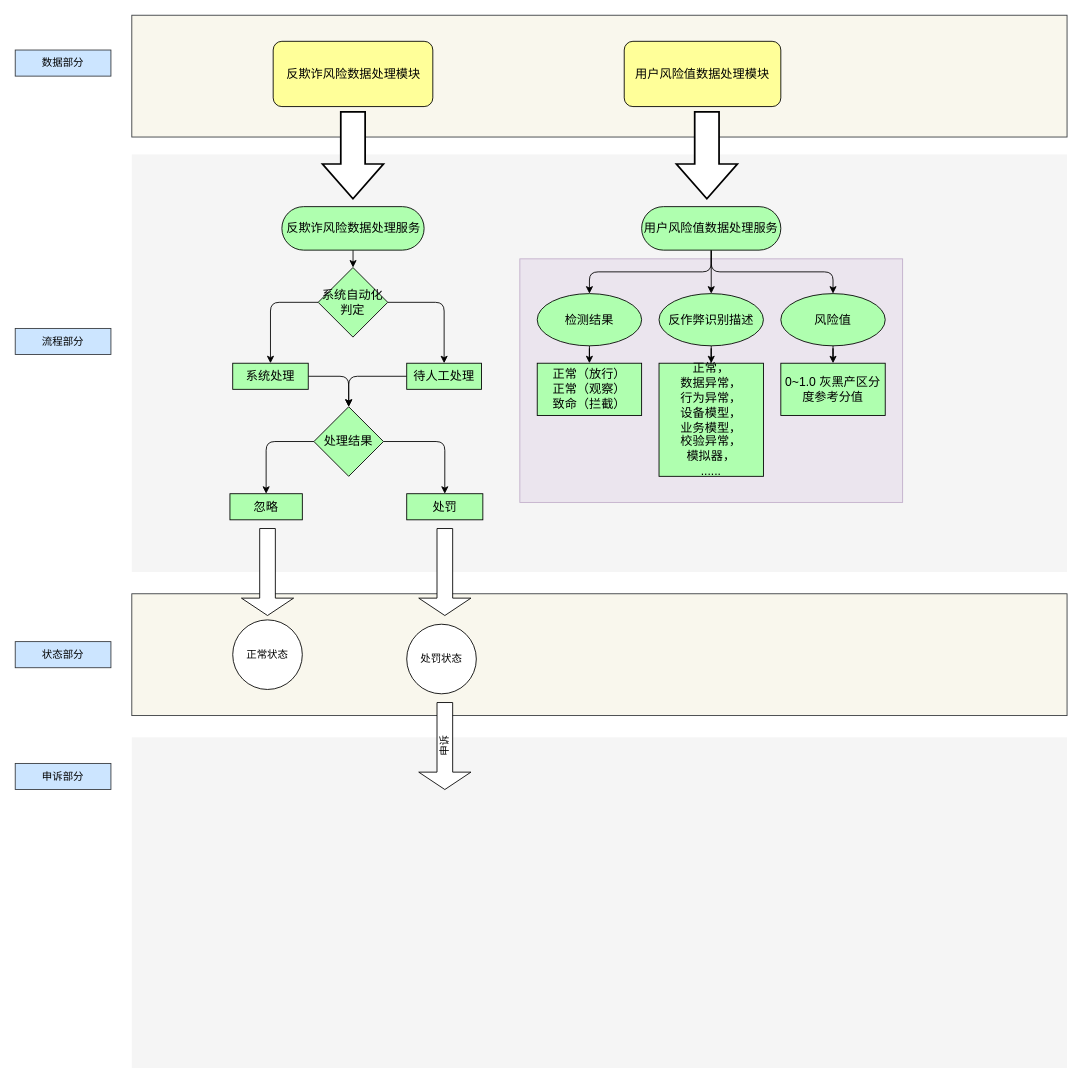
startarhwa/hello-world keeps this draw.io diagram as app.diagrams.net/Untitled Diagram.drawio. Above is the earlier version. Source tidied: cells renumbered, new cells numbered last; positions are measured from the earlier drawing's top-left corner, leaving out a move shared by most shapes. Both pictures are drawn from the tidied source at 87%, with x=0, y=0 at pixel (15, 15).
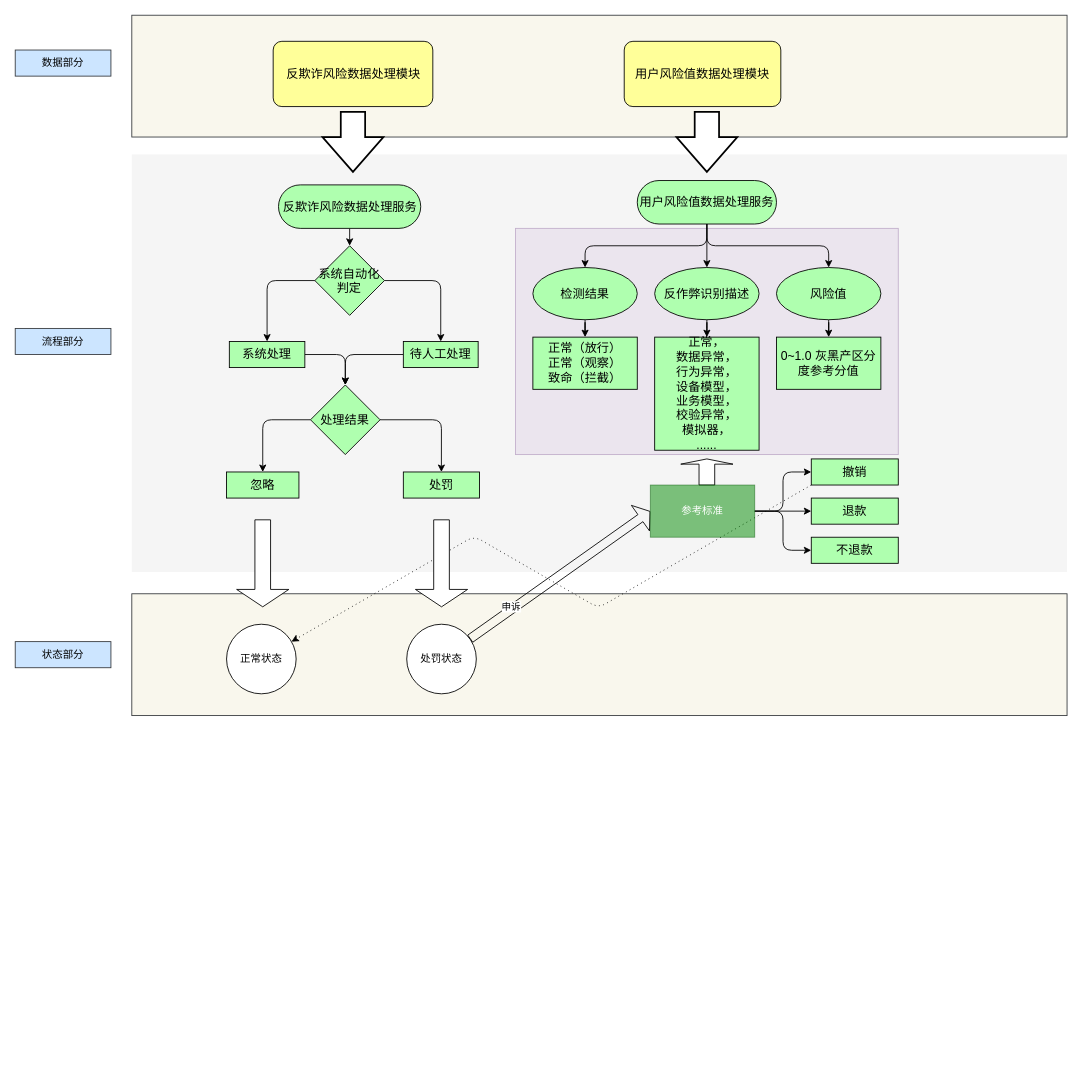
The same diagram, later.

The change refers to these unchanged cells:
```xml
<mxCell id="32" value="处罚状态" style="ellipse;whiteSpace=wrap;html=1;" parent="1" vertex="1">
  <mxGeometry x="450" y="700" width="80" height="80" as="geometry" />
</mxCell>
```

Change to the diagram source:
```diff
@@
+    <mxCell id="30" style="whiteSpace=wrap;html=1;strokeWidth=1;fontSize=14;fillColor=#f9f7ed;strokeColor=#36393d;" parent="1" vertex="1">
+      <mxGeometry x="134" y="665" width="1075" height="140" as="geometry" />
+    </mxCell>
+    <mxCell id="47" style="edgeStyle=isometricEdgeStyle;rounded=1;jettySize=auto;html=1;labelBackgroundColor=default;dashed=1;dashPattern=1 4;exitX=0;exitY=1;exitDx=0;exitDy=0;" parent="1" edge="1" source="52" target="31">
+      <mxGeometry relative="1" as="geometry" />
+    </mxCell>
     <mxCell id="3" style="rounded=0;whiteSpace=wrap;html=1;fillColor=#e1d5e7;strokeColor=#9673a6;opacity=50;" parent="1" vertex="1">
-      <mxGeometry x="580" y="280" width="440" height="280" as="geometry" />
+      <mxGeometry x="575" y="245" width="440" height="260" as="geometry" />
     </mxCell>
@@
     <mxCell id="6" value="反欺诈风险数据处理服务" style="html=1;whiteSpace=wrap;fillColor=#AFFFAF;shape=mxgraph.archimate3.service;fontSize=14;" parent="1" vertex="1">
-      <mxGeometry x="306.5" y="220" width="163.5" height="50" as="geometry" />
+      <mxGeometry x="302.6" y="195" width="163.5" height="50" as="geometry" />
     </mxCell>
@@
     <mxCell id="10" value="用户风险值数据处理服务" style="html=1;whiteSpace=wrap;fillColor=#AFFFAF;shape=mxgraph.archimate3.service;fontSize=14;" parent="1" vertex="1">
-      <mxGeometry x="720" y="220" width="160" height="50" as="geometry" />
+      <mxGeometry x="715" y="190" width="160" height="50" as="geometry" />
     </mxCell>
@@
     <mxCell id="14" style="verticalLabelPosition=bottom;verticalAlign=top;html=1;strokeWidth=2;shape=mxgraph.arrows2.arrow;dy=0.6;dx=40;notch=0;direction=south;" parent="1" vertex="1">
-      <mxGeometry x="353.2" y="111" width="70" height="100" as="geometry" />
+      <mxGeometry x="353.2" y="111" width="70" height="69" as="geometry" />
     </mxCell>
     <mxCell id="15" style="verticalLabelPosition=bottom;verticalAlign=top;html=1;strokeWidth=2;shape=mxgraph.arrows2.arrow;dy=0.6;dx=40;notch=0;direction=south;" parent="1" vertex="1">
-      <mxGeometry x="760" y="111" width="70" height="100" as="geometry" />
+      <mxGeometry x="760" y="111" width="70" height="69" as="geometry" />
     </mxCell>
@@
     <mxCell id="17" value="系统处理" style="whiteSpace=wrap;html=1;fontSize=14;fillColor=#AFFFAF;strokeColor=rgb(0, 0, 0);fontColor=rgb(0, 0, 0);" parent="1" vertex="1">
-      <mxGeometry x="250" y="400" width="86.8" height="30" as="geometry" />
+      <mxGeometry x="246.1" y="375" width="86.8" height="30" as="geometry" />
     </mxCell>
@@
     <mxCell id="19" value="待人工处理" style="whiteSpace=wrap;html=1;fontSize=14;fillColor=#AFFFAF;strokeColor=rgb(0, 0, 0);fontColor=rgb(0, 0, 0);" parent="1" vertex="1">
-      <mxGeometry x="450" y="400" width="86" height="30" as="geometry" />
+      <mxGeometry x="446.1" y="375" width="86" height="30" as="geometry" />
     </mxCell>
     <mxCell id="20" value="忽略" style="whiteSpace=wrap;html=1;fontSize=14;fillColor=#AFFFAF;strokeColor=rgb(0, 0, 0);fontColor=rgb(0, 0, 0);" parent="1" vertex="1">
-      <mxGeometry x="246.8" y="550" width="83.2" height="30" as="geometry" />
+      <mxGeometry x="242.9" y="525" width="83.2" height="30" as="geometry" />
     </mxCell>
     <mxCell id="21" value="处罚" style="whiteSpace=wrap;html=1;fontSize=14;fillColor=#AFFFAF;strokeColor=rgb(0, 0, 0);fontColor=rgb(0, 0, 0);" parent="1" vertex="1">
-      <mxGeometry x="450" y="550" width="87.5" height="30" as="geometry" />
+      <mxGeometry x="446.1" y="525" width="87.5" height="30" as="geometry" />
     </mxCell>
@@
     <mxCell id="24" value="系统自动化&lt;br&gt;判定" style="rhombus;whiteSpace=wrap;html=1;fontSize=14;fillColor=#AFFFAF;strokeColor=rgb(0, 0, 0);fontColor=rgb(0, 0, 0);" parent="1" vertex="1">
-      <mxGeometry x="348.2" y="290" width="80" height="80" as="geometry" />
+      <mxGeometry x="344.4" y="265" width="80" height="80" as="geometry" />
     </mxCell>
@@
     <mxCell id="27" value="处理结果" style="rhombus;whiteSpace=wrap;html=1;fontSize=14;fillColor=#AFFFAF;strokeColor=rgb(0, 0, 0);fontColor=rgb(0, 0, 0);" parent="1" vertex="1">
-      <mxGeometry x="343.3" y="450" width="80" height="80" as="geometry" />
+      <mxGeometry x="339.4" y="425" width="80" height="80" as="geometry" />
     </mxCell>
@@
-    <mxCell id="30" style="whiteSpace=wrap;html=1;strokeWidth=1;fontSize=14;fillColor=#f9f7ed;strokeColor=#36393d;" parent="1" vertex="1">
-      <mxGeometry x="134" y="665" width="1075" height="140" as="geometry" />
-    </mxCell>
     <mxCell id="31" value="正常状态" style="ellipse;whiteSpace=wrap;html=1;" parent="1" vertex="1">
-      <mxGeometry x="250" y="695" width="80" height="80" as="geometry" />
+      <mxGeometry x="242.9" y="700" width="80" height="80" as="geometry" />
     </mxCell>
@@
-    <mxCell id="33" value="申诉部分" style="text;html=1;strokeColor=#36393d;fillColor=#cce5ff;align=center;verticalAlign=middle;whiteSpace=wrap;rounded=0;" parent="1" vertex="1">
-      <mxGeometry y="860" width="110" height="30" as="geometry" />
-    </mxCell>
-    <mxCell id="34" style="whiteSpace=wrap;html=1;strokeColor=none;strokeWidth=1;fillColor=#f5f5f5;fontSize=14;" parent="1" vertex="1">
-      <mxGeometry x="134" y="830" width="1075" height="380" as="geometry" />
-    </mxCell>
-    <mxCell id="35" value="申诉" style="shape=singleArrow;direction=south;whiteSpace=wrap;html=1;labelPosition=center;verticalLabelPosition=middle;align=center;verticalAlign=middle;horizontal=0;" parent="1" vertex="1">
-      <mxGeometry x="463.8" y="790" width="60" height="100" as="geometry" />
-    </mxCell>
     <mxCell id="36" style="shape=singleArrow;direction=south;whiteSpace=wrap;html=1;labelPosition=center;verticalLabelPosition=middle;align=center;verticalAlign=middle;horizontal=0;" parent="1" vertex="1">
-      <mxGeometry x="463.8" y="590" width="60" height="100" as="geometry" />
+      <mxGeometry x="460" y="580" width="60" height="100" as="geometry" />
     </mxCell>
     <mxCell id="37" style="shape=singleArrow;direction=south;whiteSpace=wrap;html=1;labelPosition=center;verticalLabelPosition=middle;align=center;verticalAlign=middle;horizontal=0;" parent="1" vertex="1">
-      <mxGeometry x="260" y="590" width="60" height="100" as="geometry" />
+      <mxGeometry x="254.5" y="580" width="60" height="100" as="geometry" />
     </mxCell>
@@
     <mxCell id="39" value="检测结果" style="ellipse;whiteSpace=wrap;html=1;fontSize=14;fillColor=#AFFFAF;strokeColor=rgb(0, 0, 0);fontColor=rgb(0, 0, 0);" parent="1" vertex="1">
-      <mxGeometry x="600" y="320" width="120" height="60" as="geometry" />
+      <mxGeometry x="595" y="290" width="120" height="60" as="geometry" />
     </mxCell>
@@
     <mxCell id="41" value="风险值" style="ellipse;whiteSpace=wrap;html=1;fontSize=14;fillColor=#AFFFAF;strokeColor=rgb(0, 0, 0);fontColor=rgb(0, 0, 0);" parent="1" vertex="1">
-      <mxGeometry x="880" y="320" width="120" height="60" as="geometry" />
+      <mxGeometry x="875" y="290" width="120" height="60" as="geometry" />
     </mxCell>
@@
     <mxCell id="43" value="反作弊识别描述" style="ellipse;whiteSpace=wrap;html=1;fontSize=14;fillColor=#AFFFAF;strokeColor=rgb(0, 0, 0);fontColor=rgb(0, 0, 0);" parent="1" vertex="1">
-      <mxGeometry x="740" y="320" width="120" height="60" as="geometry" />
+      <mxGeometry x="735" y="290" width="120" height="60" as="geometry" />
     </mxCell>
     <mxCell id="44" value="&lt;div&gt;正常，&lt;/div&gt;&lt;div&gt;数据异常，&lt;/div&gt;&lt;div&gt;行为异常，&lt;/div&gt;&lt;div&gt;设备模型，&lt;/div&gt;&lt;div&gt;业务模型，&lt;/div&gt;&lt;div&gt;校验异常，&lt;/div&gt;&lt;div&gt;模拟器，&lt;/div&gt;&lt;div&gt;......&lt;/div&gt;" style="whiteSpace=wrap;html=1;fontSize=14;fillColor=#AFFFAF;strokeColor=rgb(0, 0, 0);fontColor=rgb(0, 0, 0);align=center;" parent="1" vertex="1">
-      <mxGeometry x="740" y="400" width="120" height="130" as="geometry" />
+      <mxGeometry x="735" y="370" width="120" height="130" as="geometry" />
     </mxCell>
     <mxCell id="45" value="&lt;div&gt;正常（放行）&lt;/div&gt;&lt;div&gt;正常（观察）&lt;/div&gt;&lt;div&gt;致命（拦截）&lt;/div&gt;" style="whiteSpace=wrap;html=1;fontSize=14;fillColor=#AFFFAF;strokeColor=rgb(0, 0, 0);fontColor=rgb(0, 0, 0);" parent="1" vertex="1">
-      <mxGeometry x="600" y="400" width="120" height="60" as="geometry" />
+      <mxGeometry x="595" y="370" width="120" height="60" as="geometry" />
     </mxCell>
     <mxCell id="46" value="0~1.0 灰黑产区分度参考分值" style="whiteSpace=wrap;html=1;fontSize=14;fillColor=#AFFFAF;strokeColor=rgb(0, 0, 0);fontColor=rgb(0, 0, 0);" parent="1" vertex="1">
-      <mxGeometry x="880" y="400" width="120" height="60" as="geometry" />
+      <mxGeometry x="875" y="370" width="120" height="60" as="geometry" />
     </mxCell>
+    <mxCell id="48" style="shape=flexArrow;endArrow=classic;html=1;rounded=1;labelBackgroundColor=default;endWidth=25;endSize=4.15;entryX=0;entryY=0.5;entryDx=0;entryDy=0;" parent="1" edge="1" source="32" target="56">
+      <mxGeometry relative="1" as="geometry" />
+    </mxCell>
+    <mxCell id="35" value="申诉" style="edgeLabel;html=1;align=center;verticalAlign=middle;" parent="48" vertex="1">
+      <mxGeometry x="-0.58" y="2" relative="1" as="geometry">
+        <mxPoint x="5" y="-5" as="offset" />
+      </mxGeometry>
+    </mxCell>
+    <mxCell id="49" style="edgeStyle=orthogonalEdgeStyle;rounded=1;jettySize=auto;html=1;labelBackgroundColor=default;entryX=0;entryY=0.5;entryDx=0;entryDy=0;" parent="1" edge="1" source="56" target="52">
+      <mxGeometry relative="1" as="geometry" />
+    </mxCell>
+    <mxCell id="50" style="shape=singleArrow;direction=north;whiteSpace=wrap;html=1;labelPosition=center;verticalLabelPosition=middle;align=center;verticalAlign=middle;horizontal=0;" parent="1" vertex="1">
+      <mxGeometry x="765" y="510" width="60" height="30" as="geometry" />
+    </mxCell>
+    <mxCell id="51" style="edgeStyle=orthogonalEdgeStyle;rounded=1;jettySize=auto;html=1;labelBackgroundColor=default;exitX=1;exitY=0.5;exitDx=0;exitDy=0;" parent="1" edge="1" source="56" target="54">
+      <mxGeometry relative="1" as="geometry" />
+    </mxCell>
+    <mxCell id="52" value="撤销" style="whiteSpace=wrap;html=1;fontSize=14;fillColor=#AFFFAF;strokeColor=rgb(0, 0, 0);fontColor=rgb(0, 0, 0);" parent="1" vertex="1">
+      <mxGeometry x="915" y="510" width="100" height="30" as="geometry" />
+    </mxCell>
+    <mxCell id="53" style="rounded=1;jettySize=auto;html=1;labelBackgroundColor=default;edgeStyle=orthogonalEdgeStyle;exitX=1;exitY=0.5;exitDx=0;exitDy=0;" parent="1" edge="1" source="56" target="55">
+      <mxGeometry relative="1" as="geometry" />
+    </mxCell>
+    <mxCell id="54" value="退款" style="whiteSpace=wrap;html=1;fontSize=14;fillColor=#AFFFAF;strokeColor=rgb(0, 0, 0);fontColor=rgb(0, 0, 0);" parent="1" vertex="1">
+      <mxGeometry x="915" y="555" width="100" height="30" as="geometry" />
+    </mxCell>
+    <mxCell id="55" value="不退款" style="whiteSpace=wrap;html=1;fontSize=14;fillColor=#AFFFAF;strokeColor=rgb(0, 0, 0);fontColor=rgb(0, 0, 0);" parent="1" vertex="1">
+      <mxGeometry x="915" y="600" width="100" height="30" as="geometry" />
+    </mxCell>
+    <mxCell id="56" value="参考标准" style="rounded=0;whiteSpace=wrap;html=1;fillColor=#008a00;opacity=50;strokeColor=#005700;fontColor=#ffffff;" parent="1" vertex="1">
+      <mxGeometry x="730" y="540" width="120" height="60" as="geometry" />
+    </mxCell>
```
